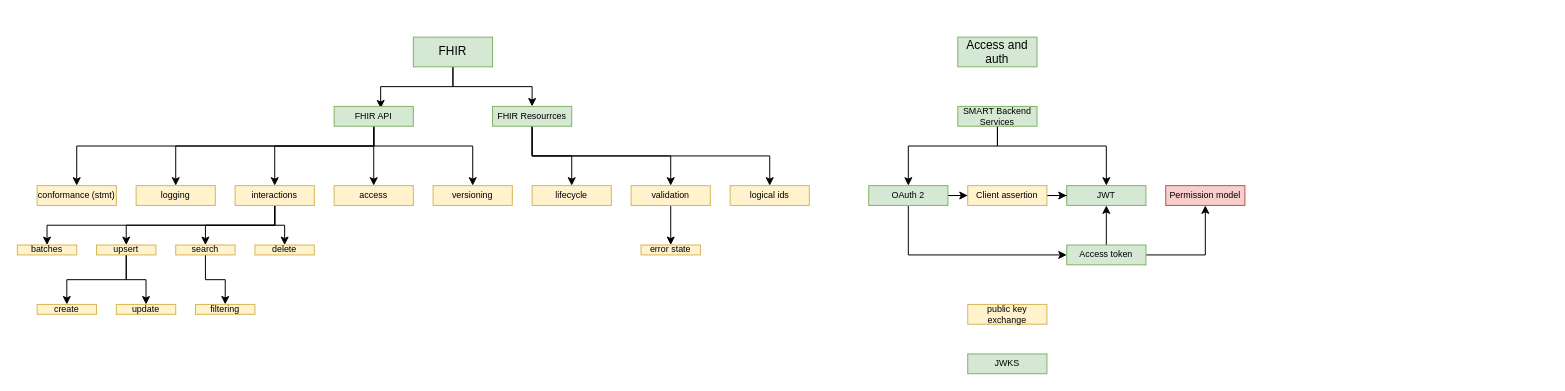
Koppeltaal/Koppeltaal-2.0-Specificaties-en-Architectuur keeps this draw.io diagram as topics/KT2.0 Documentation Topics.drawio. Above is the earlier version. Source tidied: cells renumbered, new cells numbered last; positions are measured from the earlier drawing's top-left corner, leaving out a move shared by most shapes. Both pictures are drawn from the tidied source at 99%, with x=0, y=0 at pixel (17, 37).
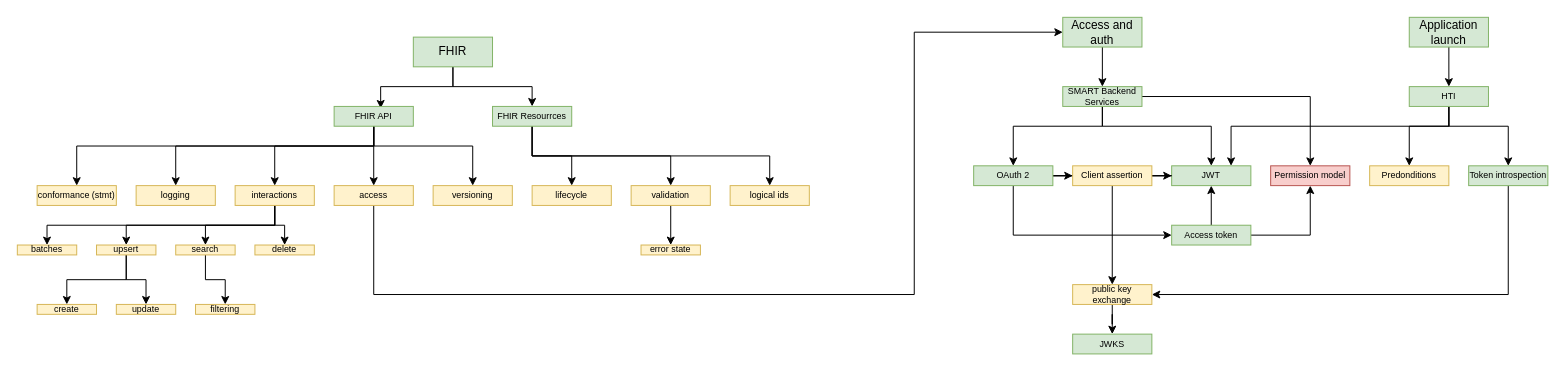
The same diagram, later.

The change refers to these unchanged cells:
```xml
<mxCell id="22" value="&lt;div style=&quot;text-align: start;&quot;&gt;access&lt;/div&gt;" style="rounded=0;whiteSpace=wrap;html=1;fontSize=9;fillColor=#fff2cc;strokeColor=#d6b656;" parent="1" vertex="1">
  <mxGeometry x="320" y="150" width="80" height="20" as="geometry" />
</mxCell>
```

The edit, as a diff of the source:
```diff
@@
+    <mxCell id="55" style="edgeStyle=orthogonalEdgeStyle;rounded=0;jettySize=auto;html=1;entryX=0;entryY=0.5;entryDx=0;entryDy=0;fontSize=9;" parent="1" edge="1" source="22" target="39">
+      <mxGeometry relative="1" as="geometry">
+        <Array as="points">
+          <mxPoint x="360" y="260" />
+          <mxPoint x="906" y="260" />
+          <mxPoint x="906" y="-5" />
+        </Array>
+      </mxGeometry>
+    </mxCell>
@@
+    <mxCell id="56" style="edgeStyle=orthogonalEdgeStyle;rounded=0;jettySize=auto;html=1;fontSize=9;" parent="1" edge="1" source="39" target="42">
+      <mxGeometry relative="1" as="geometry" />
+    </mxCell>
     <mxCell id="39" value="Access and auth" style="rounded=0;whiteSpace=wrap;html=1;fillColor=#d5e8d4;strokeColor=#82b366;" parent="1" vertex="1">
-      <mxGeometry x="950" width="80" height="30" as="geometry" />
+      <mxGeometry x="1056" y="-20" width="80" height="30" as="geometry" />
     </mxCell>
     <mxCell id="40" style="edgeStyle=orthogonalEdgeStyle;rounded=0;jettySize=auto;html=1;entryX=0.5;entryY=0;entryDx=0;entryDy=0;fontSize=9;" parent="1" edge="1" source="42" target="45">
       <mxGeometry relative="1" as="geometry">
         <Array as="points">
-          <mxPoint x="990" y="110" />
-          <mxPoint x="900" y="110" />
+          <mxPoint x="1096" y="90" />
+          <mxPoint x="1006" y="90" />
         </Array>
       </mxGeometry>
     </mxCell>
     <mxCell id="41" style="edgeStyle=orthogonalEdgeStyle;rounded=0;jettySize=auto;html=1;entryX=0.5;entryY=0;entryDx=0;entryDy=0;fontSize=9;" parent="1" edge="1" source="42" target="46">
       <mxGeometry relative="1" as="geometry">
         <Array as="points">
-          <mxPoint x="990" y="110" />
-          <mxPoint x="1100" y="110" />
+          <mxPoint x="1096" y="90" />
+          <mxPoint x="1206" y="90" />
         </Array>
       </mxGeometry>
     </mxCell>
+    <mxCell id="57" style="edgeStyle=orthogonalEdgeStyle;rounded=0;jettySize=auto;html=1;entryX=0.5;entryY=0;entryDx=0;entryDy=0;fontSize=9;" parent="1" edge="1" source="42" target="49">
+      <mxGeometry relative="1" as="geometry" />
+    </mxCell>
     <mxCell id="42" value="&lt;font style=&quot;font-size: 9px;&quot;&gt;SMART Backend Services&lt;/font&gt;" style="rounded=0;whiteSpace=wrap;html=1;fillColor=#d5e8d4;strokeColor=#82b366;fontSize=9;" parent="1" vertex="1">
-      <mxGeometry x="950" y="70" width="80" height="20" as="geometry" />
+      <mxGeometry x="1056" y="50" width="80" height="20" as="geometry" />
     </mxCell>
@@
     <mxCell id="44" style="edgeStyle=orthogonalEdgeStyle;rounded=0;jettySize=auto;html=1;entryX=0;entryY=0.5;entryDx=0;entryDy=0;fontSize=9;" parent="1" edge="1" source="45" target="52">
       <mxGeometry relative="1" as="geometry">
         <Array as="points">
-          <mxPoint x="900" y="220" />
+          <mxPoint x="1006" y="200" />
         </Array>
       </mxGeometry>
     </mxCell>
     <mxCell id="45" value="&lt;font style=&quot;font-size: 9px;&quot;&gt;OAuth 2&lt;/font&gt;" style="rounded=0;whiteSpace=wrap;html=1;fillColor=#d5e8d4;strokeColor=#82b366;fontSize=9;" parent="1" vertex="1">
-      <mxGeometry x="860" y="150" width="80" height="20" as="geometry" />
+      <mxGeometry x="966" y="130" width="80" height="20" as="geometry" />
     </mxCell>
     <mxCell id="46" value="&lt;font style=&quot;font-size: 9px;&quot;&gt;JWT&lt;/font&gt;" style="rounded=0;whiteSpace=wrap;html=1;fillColor=#d5e8d4;strokeColor=#82b366;fontSize=9;" parent="1" vertex="1">
-      <mxGeometry x="1060" y="150" width="80" height="20" as="geometry" />
+      <mxGeometry x="1166" y="130" width="80" height="20" as="geometry" />
     </mxCell>
@@
+    <mxCell id="58" style="edgeStyle=orthogonalEdgeStyle;rounded=0;jettySize=auto;html=1;fontSize=9;" parent="1" edge="1" source="48" target="53">
+      <mxGeometry relative="1" as="geometry" />
+    </mxCell>
     <mxCell id="48" value="&lt;font style=&quot;font-size: 9px;&quot;&gt;Client assertion&lt;/font&gt;" style="rounded=0;whiteSpace=wrap;html=1;fillColor=#fff2cc;strokeColor=#d6b656;fontSize=9;" parent="1" vertex="1">
-      <mxGeometry x="960" y="150" width="80" height="20" as="geometry" />
+      <mxGeometry x="1066" y="130" width="80" height="20" as="geometry" />
     </mxCell>
     <mxCell id="49" value="&lt;font style=&quot;font-size: 9px;&quot;&gt;Permission model&lt;/font&gt;" style="rounded=0;whiteSpace=wrap;html=1;fillColor=#f8cecc;strokeColor=#b85450;fontSize=9;" parent="1" vertex="1">
-      <mxGeometry x="1160" y="150" width="80" height="20" as="geometry" />
+      <mxGeometry x="1266" y="130" width="80" height="20" as="geometry" />
     </mxCell>
@@
     <mxCell id="52" value="&lt;div style=&quot;text-align: start;&quot;&gt;Access token&lt;/div&gt;" style="rounded=0;whiteSpace=wrap;html=1;fontSize=9;fillColor=#d5e8d4;strokeColor=#82b366;" parent="1" vertex="1">
-      <mxGeometry x="1060" y="210" width="80" height="20" as="geometry" />
+      <mxGeometry x="1166" y="190" width="80" height="20" as="geometry" />
     </mxCell>
+    <mxCell id="59" style="edgeStyle=orthogonalEdgeStyle;rounded=0;jettySize=auto;html=1;entryX=0.5;entryY=0;entryDx=0;entryDy=0;fontSize=9;" parent="1" edge="1" source="53" target="54">
+      <mxGeometry relative="1" as="geometry" />
+    </mxCell>
     <mxCell id="53" value="&lt;div style=&quot;&quot;&gt;public key exchange&lt;/div&gt;" style="rounded=0;whiteSpace=wrap;html=1;fontSize=9;fillColor=#fff2cc;strokeColor=#d6b656;align=center;" parent="1" vertex="1">
-      <mxGeometry x="960" y="270" width="80" height="20" as="geometry" />
+      <mxGeometry x="1066" y="250" width="80" height="20" as="geometry" />
     </mxCell>
     <mxCell id="54" value="&lt;font style=&quot;font-size: 9px;&quot;&gt;JWKS&lt;/font&gt;" style="rounded=0;whiteSpace=wrap;html=1;fillColor=#d5e8d4;strokeColor=#82b366;fontSize=9;" parent="1" vertex="1">
-      <mxGeometry x="960" y="320" width="80" height="20" as="geometry" />
+      <mxGeometry x="1066" y="300" width="80" height="20" as="geometry" />
     </mxCell>
+    <mxCell id="60" value="&lt;font style=&quot;font-size: 9px;&quot;&gt;Predonditions&lt;/font&gt;" style="rounded=0;whiteSpace=wrap;html=1;fillColor=#fff2cc;strokeColor=#d6b656;fontSize=9;" parent="1" vertex="1">
+      <mxGeometry x="1366" y="130" width="80" height="20" as="geometry" />
+    </mxCell>
+    <mxCell id="61" style="edgeStyle=orthogonalEdgeStyle;rounded=0;jettySize=auto;html=1;entryX=1;entryY=0.5;entryDx=0;entryDy=0;fontSize=9;" parent="1" edge="1" source="62" target="53">
+      <mxGeometry relative="1" as="geometry">
+        <Array as="points">
+          <mxPoint x="1506" y="260" />
+        </Array>
+      </mxGeometry>
+    </mxCell>
+    <mxCell id="62" value="&lt;font style=&quot;font-size: 9px;&quot;&gt;Token introspection&lt;br&gt;&lt;/font&gt;" style="rounded=0;whiteSpace=wrap;html=1;fillColor=#d5e8d4;strokeColor=#82b366;fontSize=9;" parent="1" vertex="1">
+      <mxGeometry x="1466" y="130" width="80" height="20" as="geometry" />
+    </mxCell>
+    <mxCell id="63" style="edgeStyle=orthogonalEdgeStyle;rounded=0;jettySize=auto;html=1;fontSize=9;" parent="1" edge="1" source="66" target="60">
+      <mxGeometry relative="1" as="geometry">
+        <Array as="points">
+          <mxPoint x="1446" y="90" />
+          <mxPoint x="1406" y="90" />
+        </Array>
+      </mxGeometry>
+    </mxCell>
+    <mxCell id="64" style="edgeStyle=orthogonalEdgeStyle;rounded=0;jettySize=auto;html=1;entryX=0.5;entryY=0;entryDx=0;entryDy=0;fontSize=9;" parent="1" edge="1" source="66" target="62">
+      <mxGeometry relative="1" as="geometry">
+        <Array as="points">
+          <mxPoint x="1446" y="90" />
+          <mxPoint x="1506" y="90" />
+        </Array>
+      </mxGeometry>
+    </mxCell>
+    <mxCell id="65" style="edgeStyle=orthogonalEdgeStyle;rounded=0;jettySize=auto;html=1;entryX=0.75;entryY=0;entryDx=0;entryDy=0;fontSize=9;" parent="1" edge="1" source="66" target="46">
+      <mxGeometry relative="1" as="geometry">
+        <Array as="points">
+          <mxPoint x="1446" y="90" />
+          <mxPoint x="1226" y="90" />
+        </Array>
+      </mxGeometry>
+    </mxCell>
+    <mxCell id="66" value="&lt;font style=&quot;font-size: 9px;&quot;&gt;HTI&lt;/font&gt;" style="rounded=0;whiteSpace=wrap;html=1;fillColor=#d5e8d4;strokeColor=#82b366;fontSize=9;" parent="1" vertex="1">
+      <mxGeometry x="1406" y="50" width="80" height="20" as="geometry" />
+    </mxCell>
+    <mxCell id="67" style="edgeStyle=orthogonalEdgeStyle;rounded=0;jettySize=auto;html=1;fontSize=9;" parent="1" edge="1" source="68" target="66">
+      <mxGeometry relative="1" as="geometry" />
+    </mxCell>
+    <mxCell id="68" value="Application launc&lt;span style=&quot;white-space: pre;&quot;&gt;h&lt;/span&gt;" style="rounded=0;whiteSpace=wrap;html=1;fillColor=#d5e8d4;strokeColor=#82b366;" parent="1" vertex="1">
+      <mxGeometry x="1406" y="-20" width="80" height="30" as="geometry" />
+    </mxCell>
```
